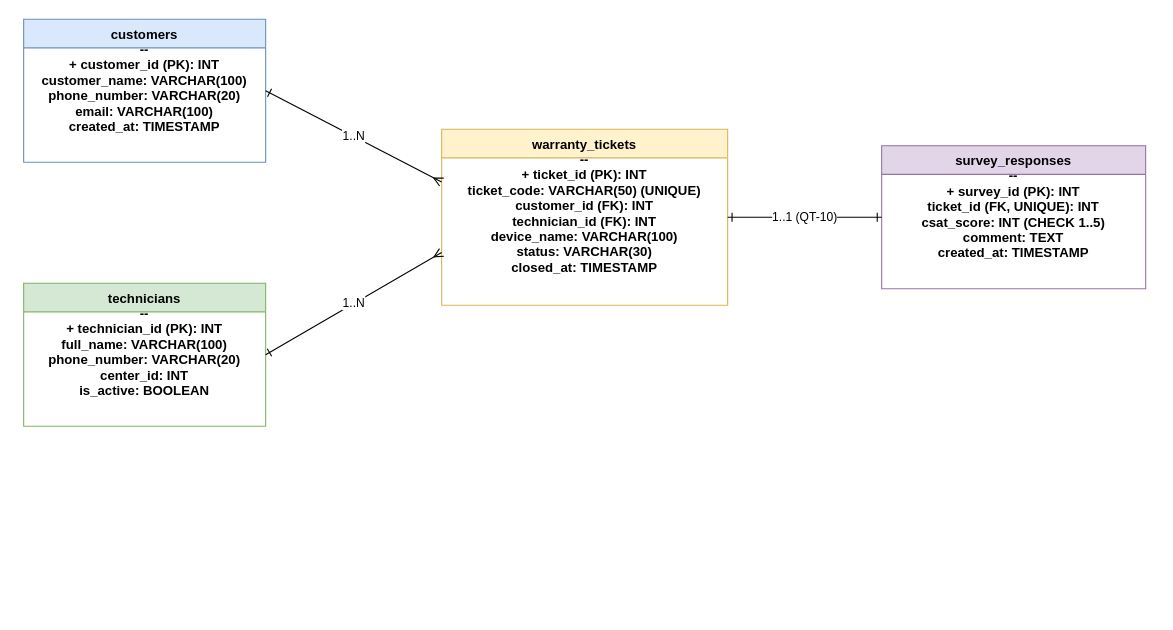
Above: docs/erd.drawio in Ian1817/cdtn1-vohoangphilan-l8 (draw.io), before the change. Source tidied: cells renumbered, new cells numbered last; positions are measured from the earlier drawing's top-left corner, leaving out a move shared by most shapes. Both pictures are drawn from the tidied source at 110%, with x=0, y=0 at pixel (23, 19).
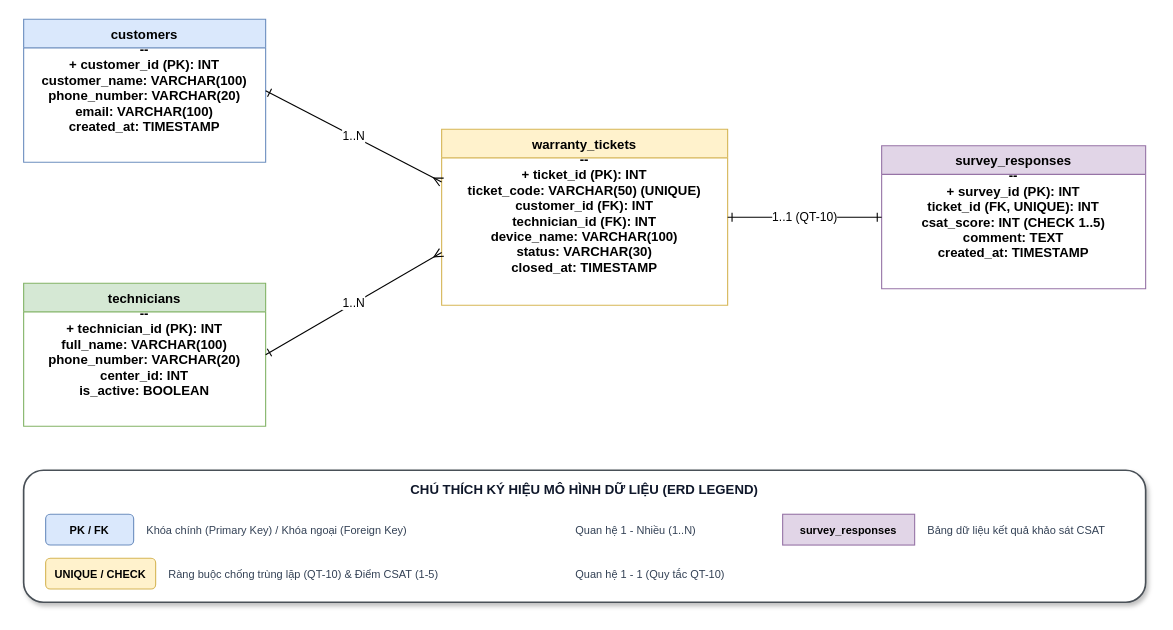
After the change.

Commit message:
docs: bo sung khung chu thich ky hieu (Legend) cho so do ERD

What changed in the source:
```diff
@@
+    <mxCell id="9" style="rounded=1;whiteSpace=wrap;html=1;fillColor=#ffffff;strokeColor=#495057;strokeWidth=1.5;shadow=1;" parent="1" vertex="1">
+      <mxGeometry y="410" width="1020" height="120" as="geometry" />
+    </mxCell>
+    <mxCell id="10" value="CHÚ THÍCH KÝ HIỆU MÔ HÌNH DỮ LIỆU (ERD LEGEND)" style="text;html=1;strokeColor=none;fillColor=none;align=center;verticalAlign=middle;whiteSpace=wrap;rounded=0;fontStyle=1;fontSize=12;fontColor=#0f172a;" parent="1" vertex="1">
+      <mxGeometry x="10" y="415" width="1000" height="25" as="geometry" />
+    </mxCell>
+    <mxCell id="11" value="PK / FK" style="rounded=1;whiteSpace=wrap;html=1;fillColor=#dae8fc;strokeColor=#6c8ebf;fontStyle=1;fontSize=10;align=center;" parent="1" vertex="1">
+      <mxGeometry x="20" y="450" width="80" height="28" as="geometry" />
+    </mxCell>
+    <mxCell id="12" value="Khóa chính (Primary Key) / Khóa ngoại (Foreign Key)" style="text;html=1;strokeColor=none;fillColor=none;align=left;verticalAlign=middle;fontSize=10;fontColor=#334155;" parent="1" vertex="1">
+      <mxGeometry x="110" y="450" width="280" height="28" as="geometry" />
+    </mxCell>
+    <mxCell id="13" value="UNIQUE / CHECK" style="rounded=1;whiteSpace=wrap;html=1;fillColor=#fff2cc;strokeColor=#d6b656;fontStyle=1;fontSize=10;align=center;" parent="1" vertex="1">
+      <mxGeometry x="20" y="490" width="100" height="28" as="geometry" />
+    </mxCell>
+    <mxCell id="14" value="Ràng buộc chống trùng lặp (QT-10) &amp; Điểm CSAT (1-5)" style="text;html=1;strokeColor=none;fillColor=none;align=left;verticalAlign=middle;fontSize=10;fontColor=#334155;" parent="1" vertex="1">
+      <mxGeometry x="130" y="490" width="270" height="28" as="geometry" />
+    </mxCell>
+    <mxCell id="15" style="endArrow=ERmany;startArrow=ERone;html=1;strokeColor=#000000;" parent="1" edge="1">
+      <mxGeometry relative="1" as="geometry" />
+    </mxCell>
+    <mxCell id="16" value="Quan hệ 1 - Nhiều (1..N)" style="text;html=1;strokeColor=none;fillColor=none;align=left;verticalAlign=middle;fontSize=10;fontColor=#334155;" parent="1" vertex="1">
+      <mxGeometry x="500" y="450" width="160" height="28" as="geometry" />
+    </mxCell>
+    <mxCell id="17" style="endArrow=ERone;startArrow=ERone;html=1;strokeColor=#000000;" parent="1" edge="1">
+      <mxGeometry relative="1" as="geometry" />
+    </mxCell>
+    <mxCell id="18" value="Quan hệ 1 - 1 (Quy tắc QT-10)" style="text;html=1;strokeColor=none;fillColor=none;align=left;verticalAlign=middle;fontSize=10;fontColor=#334155;" parent="1" vertex="1">
+      <mxGeometry x="500" y="490" width="170" height="28" as="geometry" />
+    </mxCell>
+    <mxCell id="19" value="survey_responses" style="rounded=0;whiteSpace=wrap;html=1;fillColor=#e1d5e7;strokeColor=#9673a6;fontStyle=1;fontSize=10;align=center;" parent="1" vertex="1">
+      <mxGeometry x="690" y="450" width="120" height="28" as="geometry" />
+    </mxCell>
+    <mxCell id="20" value="Bảng dữ liệu kết quả khảo sát CSAT" style="text;html=1;strokeColor=none;fillColor=none;align=left;verticalAlign=middle;fontSize=10;fontColor=#334155;" parent="1" vertex="1">
+      <mxGeometry x="820" y="450" width="190" height="28" as="geometry" />
+    </mxCell>
```
